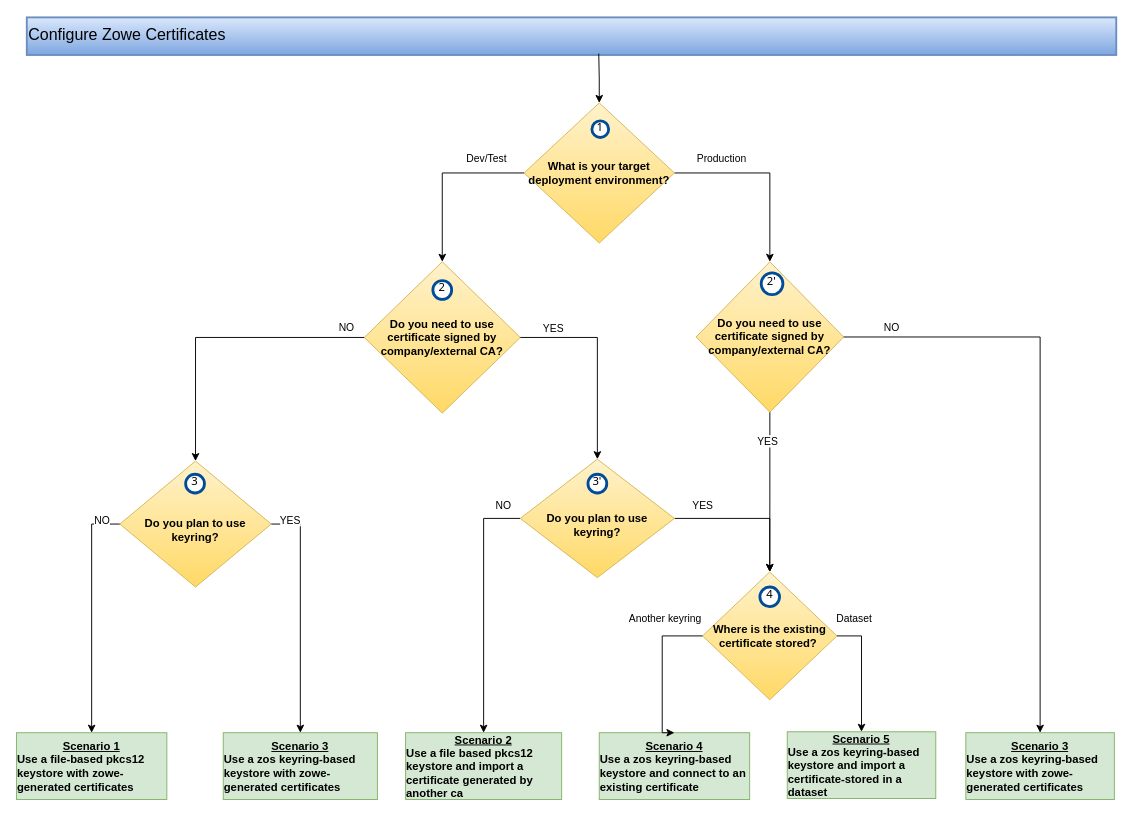
Earlier version of the draw.io diagram docs/diagrams/certificates-config-scenarios.drawio (zowe/docs-site). Source tidied: cells renumbered, new cells numbered last; positions are measured from the earlier drawing's top-left corner, leaving out a move shared by most shapes. Both pictures are drawn from the tidied source at 94%, with x=0, y=0 at pixel (16, 17).
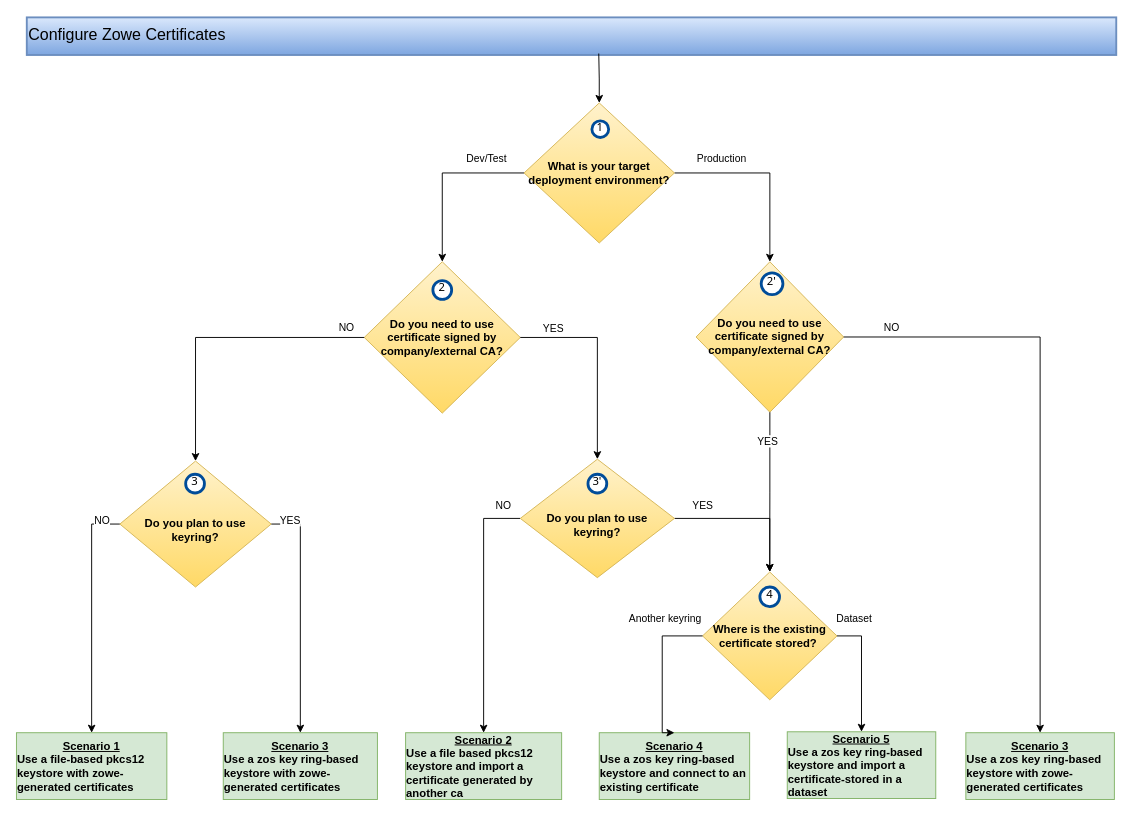
After the change.

Commit message (it also covers changes not shown here):
Standardize key ring terminology and restructure finalize certificate configuration

The edit, as a diff of the source:
```diff
@@
-    <mxCell id="32" value="&lt;u&gt;Scenario 3&lt;/u&gt;&lt;br&gt;&lt;div style=&quot;text-align: left;&quot;&gt;&lt;span style=&quot;background-color: initial;&quot;&gt;Use a zos keyring-based keystore with zowe-generated certificates&lt;/span&gt;&lt;/div&gt;" style="whiteSpace=wrap;html=1;fillColor=#d5e8d4;strokeColor=#82b366;fontStyle=1;" parent="1" vertex="1">
+    <mxCell id="32" value="&lt;u&gt;Scenario 3&lt;/u&gt;&lt;br&gt;&lt;div style=&quot;text-align: left;&quot;&gt;&lt;span style=&quot;background-color: initial;&quot;&gt;Use a zos key ring-based keystore with zowe-generated certificates&lt;/span&gt;&lt;/div&gt;" style="whiteSpace=wrap;html=1;fillColor=#d5e8d4;strokeColor=#82b366;fontStyle=1;" parent="1" vertex="1">
       <mxGeometry x="220" y="761" width="164" height="71" as="geometry" />
     </mxCell>
-    <mxCell id="33" value="&lt;u&gt;Scenario 4&lt;/u&gt;&lt;br&gt;&lt;div style=&quot;text-align: left;&quot;&gt;&lt;span style=&quot;background-color: initial;&quot;&gt;Use a zos keyring-based keystore and connect to an existing certificate&lt;/span&gt;&lt;/div&gt;" style="whiteSpace=wrap;html=1;fillColor=#d5e8d4;strokeColor=#82b366;fontStyle=1;" parent="1" vertex="1">
+    <mxCell id="33" value="&lt;u&gt;Scenario 4&lt;/u&gt;&lt;br&gt;&lt;div style=&quot;text-align: left;&quot;&gt;&lt;span style=&quot;background-color: initial;&quot;&gt;Use a zos key ring-based keystore and connect to an existing certificate&lt;/span&gt;&lt;/div&gt;" style="whiteSpace=wrap;html=1;fillColor=#d5e8d4;strokeColor=#82b366;fontStyle=1;" parent="1" vertex="1">
       <mxGeometry x="620" y="761" width="160" height="71" as="geometry" />
     </mxCell>
@@
-    <mxCell id="35" value="&lt;u&gt;Scenario 5&lt;/u&gt;&lt;br&gt;&lt;div style=&quot;text-align: left;&quot;&gt;&lt;span style=&quot;background-color: initial;&quot;&gt;Use a zos keyring-based keystore and import a certificate-stored in a dataset&lt;/span&gt;&lt;/div&gt;" style="whiteSpace=wrap;html=1;fillColor=#d5e8d4;strokeColor=#82b366;fontStyle=1;" parent="1" vertex="1">
+    <mxCell id="35" value="&lt;u&gt;Scenario 5&lt;/u&gt;&lt;br&gt;&lt;div style=&quot;text-align: left;&quot;&gt;&lt;span style=&quot;background-color: initial;&quot;&gt;Use a zos key ring-based keystore and import a certificate-stored in a dataset&lt;/span&gt;&lt;/div&gt;" style="whiteSpace=wrap;html=1;fillColor=#d5e8d4;strokeColor=#82b366;fontStyle=1;" parent="1" vertex="1">
       <mxGeometry x="820" y="760" width="158" height="71" as="geometry" />
     </mxCell>
@@
-    <mxCell id="38" value="&lt;u&gt;Scenario 3&lt;/u&gt;&lt;br style=&quot;border-color: var(--border-color);&quot;&gt;&lt;div style=&quot;border-color: var(--border-color); text-align: left;&quot;&gt;Use a zos keyring-based keystore with zowe-generated certificates&lt;/div&gt;" style="whiteSpace=wrap;html=1;fillColor=#d5e8d4;strokeColor=#82b366;fontStyle=1;" parent="1" vertex="1">
+    <mxCell id="38" value="&lt;u&gt;Scenario 3&lt;/u&gt;&lt;br style=&quot;border-color: var(--border-color);&quot;&gt;&lt;div style=&quot;border-color: var(--border-color); text-align: left;&quot;&gt;Use a zos key ring-based keystore with zowe-generated certificates&lt;/div&gt;" style="whiteSpace=wrap;html=1;fillColor=#d5e8d4;strokeColor=#82b366;fontStyle=1;" parent="1" vertex="1">
       <mxGeometry x="1010" y="761" width="158" height="71" as="geometry" />
     </mxCell>
```
